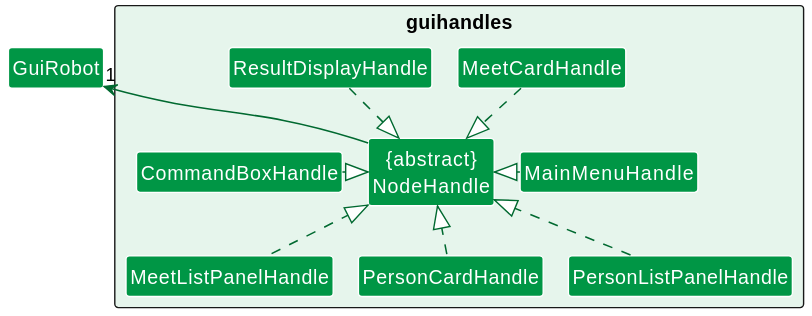
Above: docs/images/NodeHandleClassDiagram.svg in nus-cs2103-AY2223S2/tp (PlantUML), before the change.
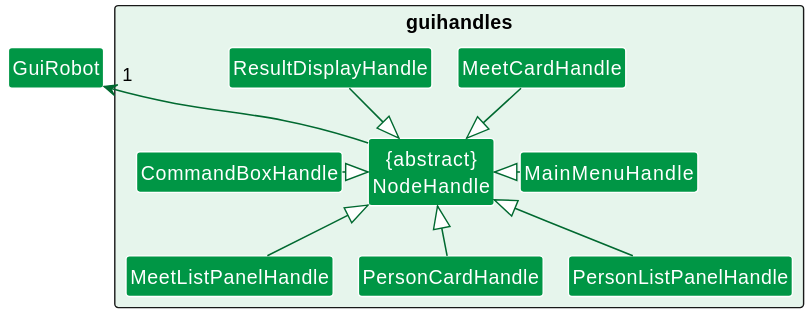
After the change.

Commit message:
Fix diagram bug

Diff of the diagram source:
```diff
@@ -17,12 +17,12 @@
 }
 
 
-CommandBoxHandle -right.|> NodeHandle
-MainMenuHandle -left.|> NodeHandle
-MeetCardHandle -down.|> NodeHandle
-MeetListPanelHandle -up.|> NodeHandle
-PersonCardHandle -up.|> NodeHandle
-PersonListPanelHandle -up.|> NodeHandle
-ResultDisplayHandle -down.|> NodeHandle
-NodeHandle -up->"1" GuiRobot
+CommandBoxHandle -right-|> NodeHandle
+MainMenuHandle -left-|> NodeHandle
+MeetCardHandle -down-|> NodeHandle
+MeetListPanelHandle -up-|> NodeHandle
+PersonCardHandle -up-|> NodeHandle
+PersonListPanelHandle -up-|> NodeHandle
+ResultDisplayHandle -down-|> NodeHandle
+NodeHandle -up->"    1" GuiRobot
 @enduml
```
